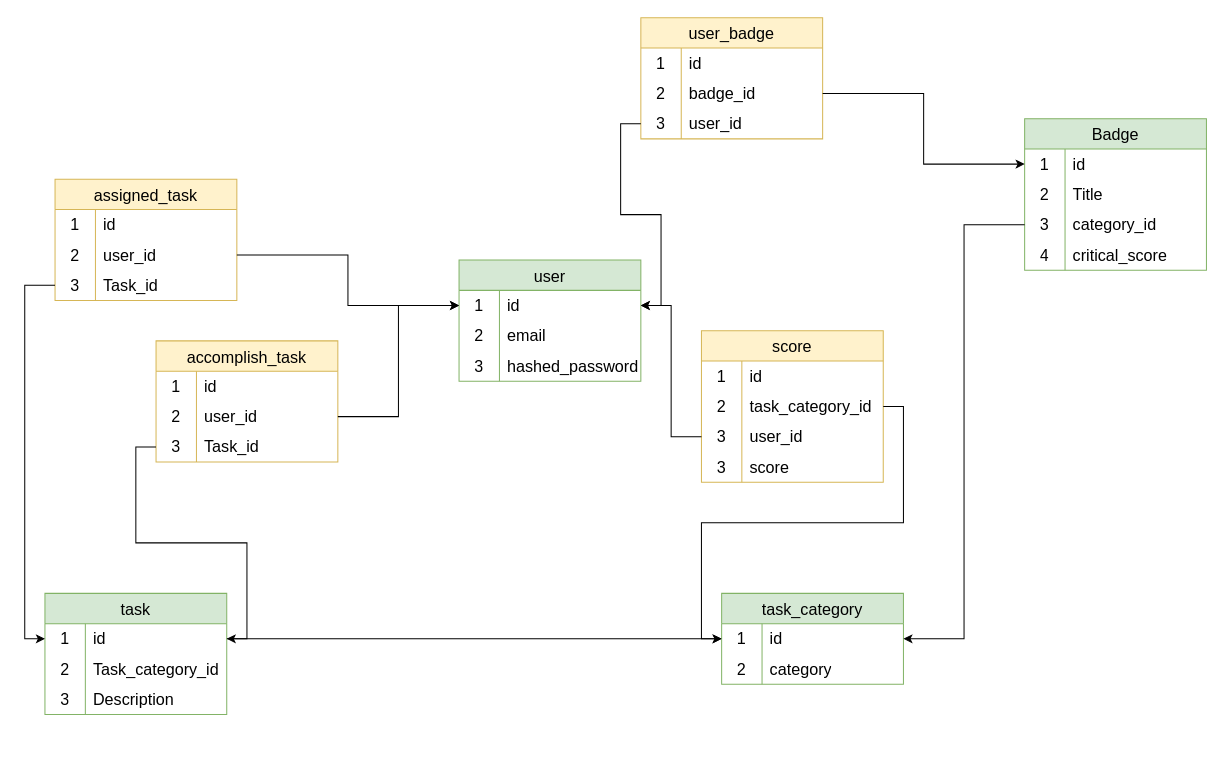
This is Diagramme sans nom.drawio from Remy-B-prog/Mytodolist, a draw.io file, before an edit. Source tidied: cells renumbered, new cells numbered last; positions are measured from the earlier drawing's top-left corner, leaving out a move shared by most shapes. Both pictures are drawn from the tidied source at 101%, with x=0, y=0 at pixel (44, 17).
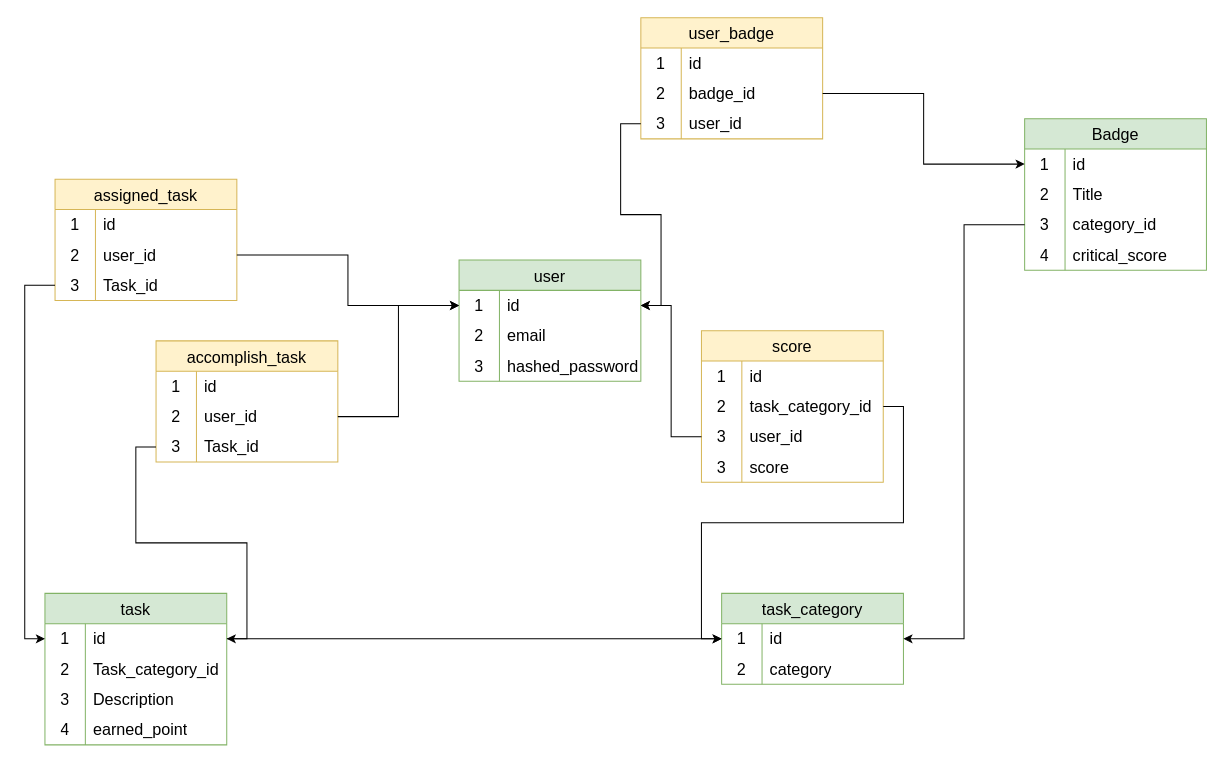
After the change.

Commit message:
Mettre à jour Diagramme sans nom.drawio

Diff of the diagram source:
```diff
@@
     <mxCell id="13" value="task" style="shape=table;startSize=30;childLayout=tableLayout;rowLines=0;fontStyle=0;strokeColor=#82b366;fontSize=16;fillColor=#d5e8d4;" parent="1" vertex="1">
-      <mxGeometry y="570" width="180" height="120" as="geometry" />
+      <mxGeometry y="570" width="180" height="150" as="geometry" />
     </mxCell>
@@
+    <mxCell id="95" style="shape=tableRow;horizontal=0;startSize=0;swimlaneHead=0;swimlaneBody=0;top=0;left=0;bottom=0;right=0;fillColor=none;strokeColor=inherit;fontSize=16;" parent="13" vertex="1">
+      <mxGeometry y="120" width="180" height="30" as="geometry" />
+    </mxCell>
+    <mxCell id="96" value="4" style="shape=partialRectangle;html=1;whiteSpace=wrap;fillColor=none;top=0;left=0;bottom=0;right=0;overflow=hidden;strokeColor=inherit;fontSize=16;" parent="95" vertex="1">
+      <mxGeometry width="40" height="30" as="geometry" />
+    </mxCell>
+    <mxCell id="97" value="earned_point" style="shape=partialRectangle;html=1;whiteSpace=wrap;fillColor=none;top=0;left=0;bottom=0;right=0;align=left;spacingLeft=6;overflow=hidden;strokeColor=inherit;fontSize=16;" parent="95" vertex="1">
+      <mxGeometry x="40" width="140" height="30" as="geometry" />
+    </mxCell>
```
